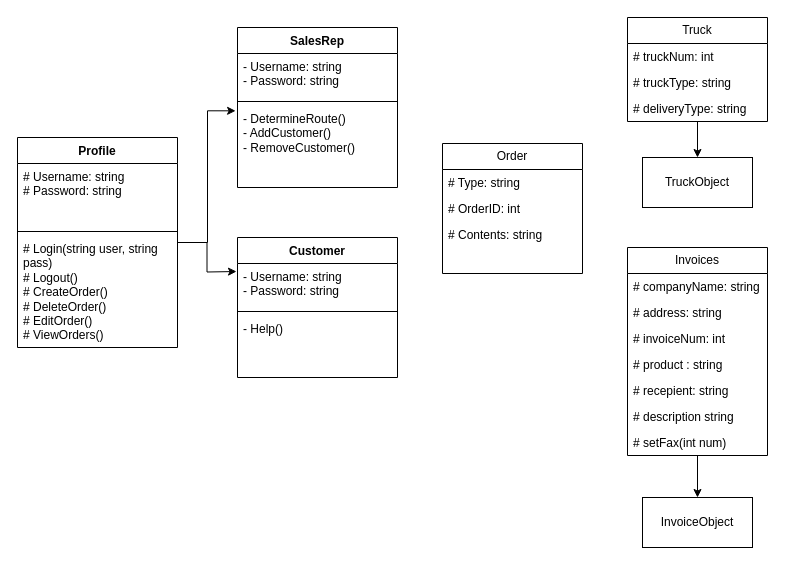
Before: Untitled Diagram.drawio in ProjectMalarus/ProjectMalarus, a draw.io diagram. Source tidied: cells renumbered, new cells numbered last; positions are measured from the earlier drawing's top-left corner, leaving out a move shared by most shapes. Both pictures are drawn from the tidied source at 100%, with x=0, y=0 at pixel (17, 17).
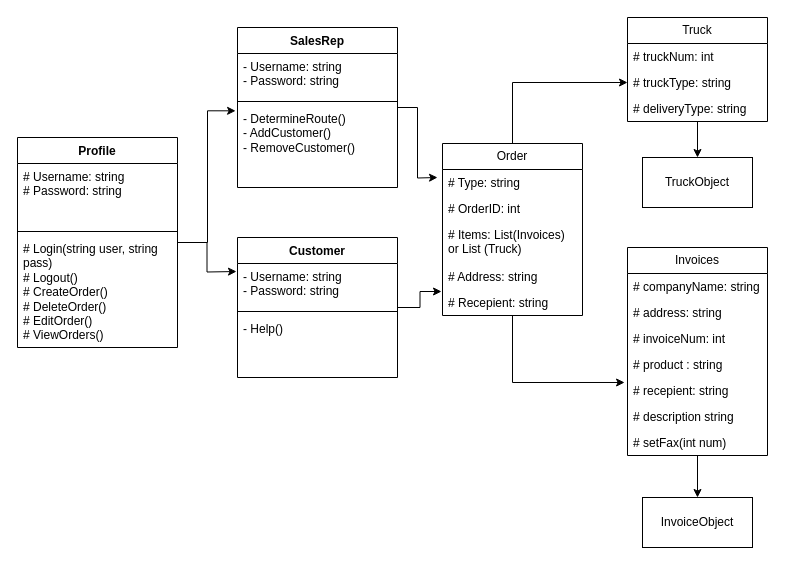
After the change.

Commit message (it also covers changes not shown here):
SWE Summer Project

Unchanged cells that the change refers to:
```xml
<mxCell id="6" value="SalesRep" style="swimlane;fontStyle=1;align=center;verticalAlign=top;horizontal=1;startSize=26;whiteSpace=wrap;html=1;" parent="1" vertex="1">
  <mxGeometry x="220" y="10" width="160" height="160" as="geometry" />
</mxCell>
<mxCell id="13" value="# truckType: string" style="text;strokeColor=none;fillColor=none;align=left;verticalAlign=top;spacingLeft=4;spacingRight=4;overflow=hidden;points=[[0,0.5],[1,0.5]];portConstraint=eastwest;whiteSpace=wrap;html=1;" parent="11" vertex="1">
  <mxGeometry y="52" width="140" height="26" as="geometry" />
</mxCell>
<mxCell id="21" value="# recepient: string" style="text;strokeColor=none;fillColor=none;align=left;verticalAlign=top;spacingLeft=4;spacingRight=4;overflow=hidden;points=[[0,0.5],[1,0.5]];portConstraint=eastwest;whiteSpace=wrap;html=1;" parent="16" vertex="1">
  <mxGeometry y="130" width="140" height="26" as="geometry" />
</mxCell>
<mxCell id="26" value="Customer" style="swimlane;fontStyle=1;align=center;verticalAlign=top;horizontal=1;startSize=26;whiteSpace=wrap;html=1;" parent="1" vertex="1">
  <mxGeometry x="220" y="220" width="160" height="140" as="geometry" />
</mxCell>
```

Diff of the diagram source:
```diff
@@
+    <mxCell id="37" style="edgeStyle=orthogonalEdgeStyle;rounded=0;jettySize=auto;html=1;" parent="1" edge="1" source="6">
+      <mxGeometry relative="1" as="geometry">
+        <mxPoint x="420" y="160" as="targetPoint" />
+      </mxGeometry>
+    </mxCell>
@@
+    <mxCell id="38" style="edgeStyle=orthogonalEdgeStyle;rounded=0;jettySize=auto;html=1;entryX=0;entryY=0.5;entryDx=0;entryDy=0;" parent="1" edge="1" source="32" target="13">
+      <mxGeometry relative="1" as="geometry" />
+    </mxCell>
     <mxCell id="32" value="Order" style="swimlane;fontStyle=0;horizontal=1;startSize=26;fillColor=none;whiteSpace=wrap;html=1;" parent="1" vertex="1">
-      <mxGeometry x="425" y="126" width="140" height="130" as="geometry" />
+      <mxGeometry x="425" y="126" width="140" height="172" as="geometry" />
     </mxCell>
@@
-    <mxCell id="35" value="# Contents: string" style="text;strokeColor=none;fillColor=none;align=left;verticalAlign=top;spacingLeft=4;spacingRight=4;overflow=hidden;whiteSpace=wrap;html=1;" parent="32" vertex="1">
-      <mxGeometry y="78" width="140" height="26" as="geometry" />
+    <mxCell id="35" value="# Items: List(Invoices) or List (Truck)" style="text;strokeColor=none;fillColor=none;align=left;verticalAlign=top;spacingLeft=4;spacingRight=4;overflow=hidden;whiteSpace=wrap;html=1;" parent="32" vertex="1">
+      <mxGeometry y="78" width="140" height="42" as="geometry" />
     </mxCell>
+    <mxCell id="39" value="# Address: string" style="text;strokeColor=none;fillColor=none;align=left;verticalAlign=top;spacingLeft=4;spacingRight=4;overflow=hidden;whiteSpace=wrap;html=1;" parent="32" vertex="1">
+      <mxGeometry y="120" width="140" height="26" as="geometry" />
+    </mxCell>
-    <mxCell id="36" style="text;strokeColor=none;fillColor=none;align=left;verticalAlign=top;spacingLeft=4;spacingRight=4;overflow=hidden;points=[[0,0.5],[1,0.5]];portConstraint=eastwest;whiteSpace=wrap;html=1;" parent="32" vertex="1">
-      <mxGeometry y="104" width="140" height="26" as="geometry" />
+    <mxCell id="36" value="# Recepient: string" style="text;strokeColor=none;fillColor=none;align=left;verticalAlign=top;spacingLeft=4;spacingRight=4;overflow=hidden;points=[[0,0.5],[1,0.5]];portConstraint=eastwest;whiteSpace=wrap;html=1;" parent="32" vertex="1">
+      <mxGeometry y="146" width="140" height="26" as="geometry" />
     </mxCell>
+    <mxCell id="40" style="edgeStyle=orthogonalEdgeStyle;rounded=0;jettySize=auto;html=1;entryX=-0.007;entryY=0.077;entryDx=0;entryDy=0;entryPerimeter=0;" parent="1" edge="1" source="26" target="36">
+      <mxGeometry relative="1" as="geometry" />
+    </mxCell>
+    <mxCell id="41" style="edgeStyle=orthogonalEdgeStyle;rounded=0;jettySize=auto;html=1;entryX=-0.021;entryY=0.192;entryDx=0;entryDy=0;entryPerimeter=0;" parent="1" edge="1" source="32" target="21">
+      <mxGeometry relative="1" as="geometry" />
+    </mxCell>
```
